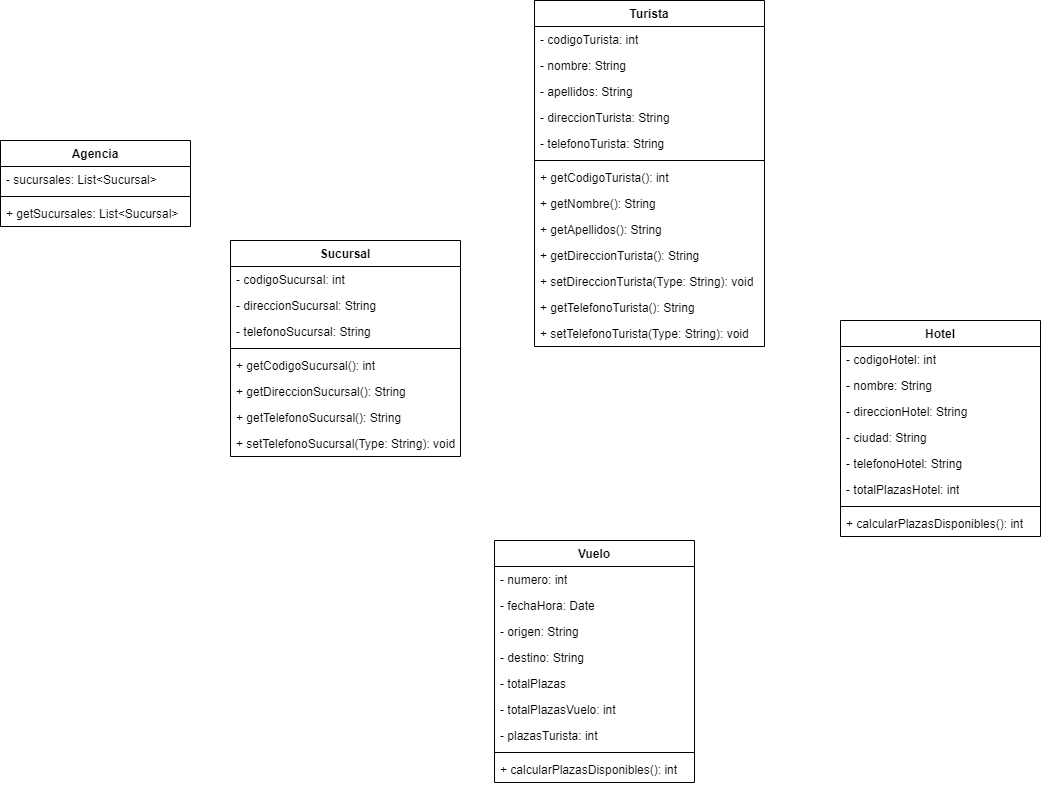
This is unidad-4/Class-Diagram-Maxi/agencia-viajes-maxi.png from mackstm/ets, a draw.io export, as it was before one commit. Source tidied: cells renumbered, new cells last; positions are measured from the earlier drawing's top-left corner, leaving out a move shared by most shapes.
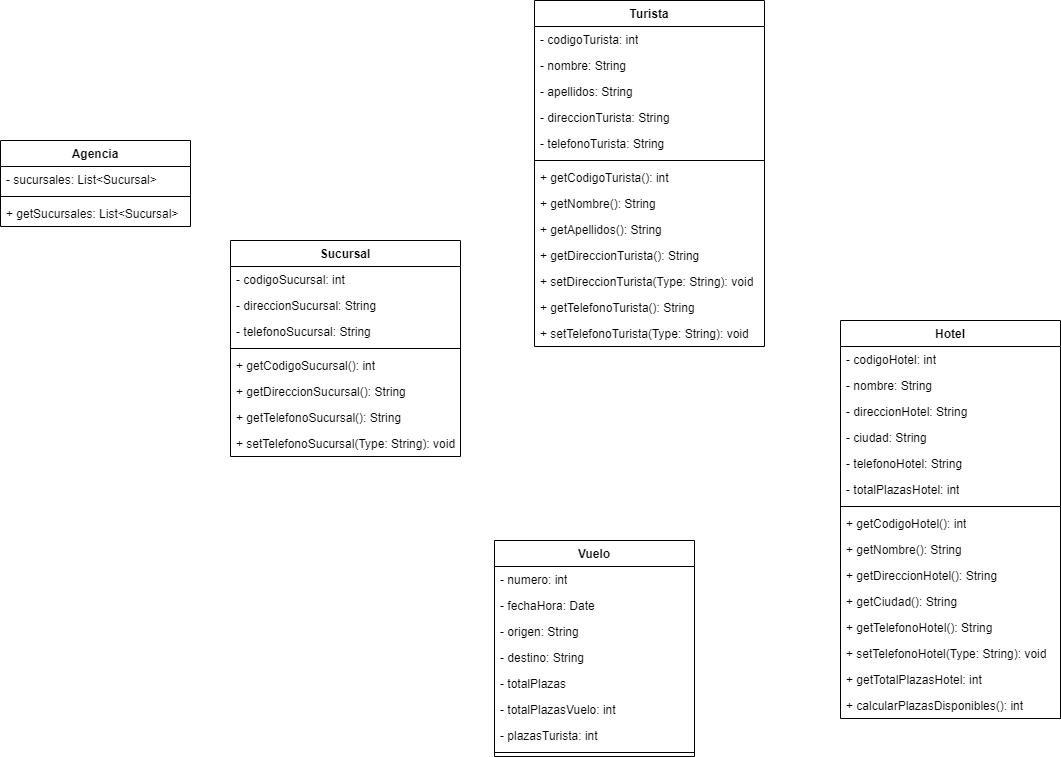
Later version of the same file.

What changed in the source:
```diff
@@ -42,34 +42,55 @@
       <mxGeometry y="190" width="230" height="26" as="geometry" />
     </mxCell>
     <mxCell id="15" value="Hotel" style="swimlane;fontStyle=1;align=center;verticalAlign=top;horizontal=1;startSize=26;whiteSpace=wrap;html=1;" parent="1" vertex="1">
-      <mxGeometry x="840" y="320" width="200" height="216" as="geometry" />
+      <mxGeometry x="840" y="320" width="220" height="398" as="geometry" />
     </mxCell>
     <mxCell id="16" value="- codigoHotel: int" style="text;strokeColor=none;fillColor=none;align=left;verticalAlign=top;spacingLeft=4;spacingRight=4;overflow=hidden;whiteSpace=wrap;html=1;" parent="15" vertex="1">
-      <mxGeometry y="26" width="200" height="26" as="geometry" />
+      <mxGeometry y="26" width="220" height="26" as="geometry" />
     </mxCell>
     <mxCell id="17" value="- nombre: String" style="text;strokeColor=none;fillColor=none;align=left;verticalAlign=top;spacingLeft=4;spacingRight=4;overflow=hidden;whiteSpace=wrap;html=1;" parent="15" vertex="1">
-      <mxGeometry y="52" width="200" height="26" as="geometry" />
+      <mxGeometry y="52" width="220" height="26" as="geometry" />
     </mxCell>
     <mxCell id="18" value="- direccionHotel: String" style="text;strokeColor=none;fillColor=none;align=left;verticalAlign=top;spacingLeft=4;spacingRight=4;overflow=hidden;whiteSpace=wrap;html=1;" parent="15" vertex="1">
-      <mxGeometry y="78" width="200" height="26" as="geometry" />
+      <mxGeometry y="78" width="220" height="26" as="geometry" />
     </mxCell>
     <mxCell id="19" value="- ciudad: String" style="text;strokeColor=none;fillColor=none;align=left;verticalAlign=top;spacingLeft=4;spacingRight=4;overflow=hidden;whiteSpace=wrap;html=1;" parent="15" vertex="1">
-      <mxGeometry y="104" width="200" height="26" as="geometry" />
+      <mxGeometry y="104" width="220" height="26" as="geometry" />
     </mxCell>
     <mxCell id="20" value="- telefonoHotel: String" style="text;strokeColor=none;fillColor=none;align=left;verticalAlign=top;spacingLeft=4;spacingRight=4;overflow=hidden;whiteSpace=wrap;html=1;" parent="15" vertex="1">
-      <mxGeometry y="130" width="200" height="26" as="geometry" />
+      <mxGeometry y="130" width="220" height="26" as="geometry" />
     </mxCell>
     <mxCell id="21" value="- totalPlazasHotel: int" style="text;strokeColor=none;fillColor=none;align=left;verticalAlign=top;spacingLeft=4;spacingRight=4;overflow=hidden;whiteSpace=wrap;html=1;" parent="15" vertex="1">
-      <mxGeometry y="156" width="200" height="26" as="geometry" />
+      <mxGeometry y="156" width="220" height="26" as="geometry" />
     </mxCell>
     <mxCell id="22" style="line;strokeWidth=1;fillColor=none;align=left;verticalAlign=middle;spacingTop=-1;spacingLeft=3;spacingRight=3;labelPosition=right;strokeColor=inherit;" parent="15" vertex="1">
-      <mxGeometry y="182" width="200" height="8" as="geometry" />
+      <mxGeometry y="182" width="220" height="8" as="geometry" />
     </mxCell>
+    <mxCell id="48" value="+ getCodigoHotel(): int" style="text;strokeColor=none;fillColor=none;align=left;verticalAlign=top;spacingLeft=4;spacingRight=4;overflow=hidden;whiteSpace=wrap;html=1;" parent="15" vertex="1">
+      <mxGeometry y="190" width="220" height="26" as="geometry" />
+    </mxCell>
+    <mxCell id="49" value="+ getNombre(): String" style="text;strokeColor=none;fillColor=none;align=left;verticalAlign=top;spacingLeft=4;spacingRight=4;overflow=hidden;whiteSpace=wrap;html=1;" parent="15" vertex="1">
+      <mxGeometry y="216" width="220" height="26" as="geometry" />
+    </mxCell>
+    <mxCell id="50" value="+ getDireccionHotel(): String" style="text;strokeColor=none;fillColor=none;align=left;verticalAlign=top;spacingLeft=4;spacingRight=4;overflow=hidden;whiteSpace=wrap;html=1;" parent="15" vertex="1">
+      <mxGeometry y="242" width="220" height="26" as="geometry" />
+    </mxCell>
+    <mxCell id="51" value="+ getCiudad(): String" style="text;strokeColor=none;fillColor=none;align=left;verticalAlign=top;spacingLeft=4;spacingRight=4;overflow=hidden;whiteSpace=wrap;html=1;" parent="15" vertex="1">
+      <mxGeometry y="268" width="220" height="26" as="geometry" />
+    </mxCell>
+    <mxCell id="52" value="+ getTelefonoHotel(): String" style="text;strokeColor=none;fillColor=none;align=left;verticalAlign=top;spacingLeft=4;spacingRight=4;overflow=hidden;whiteSpace=wrap;html=1;" parent="15" vertex="1">
+      <mxGeometry y="294" width="220" height="26" as="geometry" />
+    </mxCell>
+    <mxCell id="53" value="+ setTelefonoHotel(Type: String): void" style="text;strokeColor=none;fillColor=none;align=left;verticalAlign=top;spacingLeft=4;spacingRight=4;overflow=hidden;whiteSpace=wrap;html=1;" parent="15" vertex="1">
+      <mxGeometry y="320" width="220" height="26" as="geometry" />
+    </mxCell>
+    <mxCell id="54" value="+ getTotalPlazasHotel: int" style="text;strokeColor=none;fillColor=none;align=left;verticalAlign=top;spacingLeft=4;spacingRight=4;overflow=hidden;whiteSpace=wrap;html=1;" parent="15" vertex="1">
+      <mxGeometry y="346" width="220" height="26" as="geometry" />
+    </mxCell>
     <mxCell id="23" value="+ calcularPlazasDisponibles(): int" style="text;strokeColor=none;fillColor=none;align=left;verticalAlign=top;spacingLeft=4;spacingRight=4;overflow=hidden;whiteSpace=wrap;html=1;" parent="15" vertex="1">
-      <mxGeometry y="190" width="200" height="26" as="geometry" />
+      <mxGeometry y="372" width="220" height="26" as="geometry" />
     </mxCell>
     <mxCell id="24" value="Vuelo" style="swimlane;fontStyle=1;align=center;verticalAlign=top;horizontal=1;startSize=26;whiteSpace=wrap;html=1;" parent="1" vertex="1">
-      <mxGeometry x="494" y="540" width="200" height="242" as="geometry" />
+      <mxGeometry x="494" y="540" width="200" height="216" as="geometry" />
     </mxCell>
     <mxCell id="25" value="- numero: int" style="text;strokeColor=none;fillColor=none;align=left;verticalAlign=top;spacingLeft=4;spacingRight=4;overflow=hidden;whiteSpace=wrap;html=1;" parent="24" vertex="1">
       <mxGeometry y="26" width="200" height="26" as="geometry" />
@@ -95,9 +116,6 @@
     <mxCell id="32" style="line;strokeWidth=1;fillColor=none;align=left;verticalAlign=middle;spacingTop=-1;spacingLeft=3;spacingRight=3;labelPosition=right;strokeColor=inherit;" parent="24" vertex="1">
       <mxGeometry y="208" width="200" height="8" as="geometry" />
     </mxCell>
-    <mxCell id="33" value="+ calcularPlazasDisponibles(): int" style="text;strokeColor=none;fillColor=none;align=left;verticalAlign=top;spacingLeft=4;spacingRight=4;overflow=hidden;whiteSpace=wrap;html=1;" parent="24" vertex="1">
-      <mxGeometry y="216" width="200" height="26" as="geometry" />
-    </mxCell>
     <mxCell id="34" value="Turista" style="swimlane;fontStyle=1;align=center;verticalAlign=top;horizontal=1;startSize=26;whiteSpace=wrap;html=1;" parent="1" vertex="1">
       <mxGeometry x="534" width="230" height="346" as="geometry" />
     </mxCell>
```
